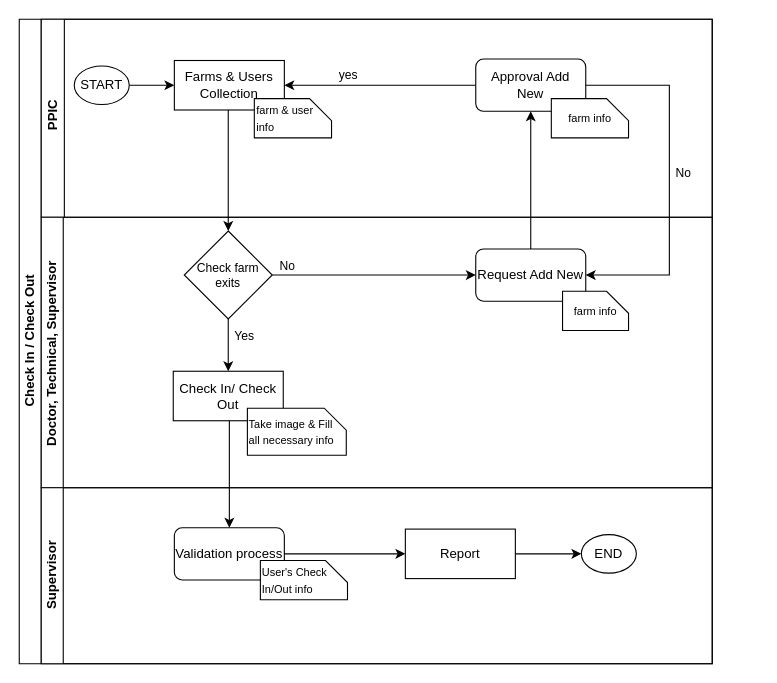
kieunam123/expo-project keeps this draw.io diagram as Untitled Diagram2.drawio. Above is the earlier version. Source tidied: cells renumbered, new cells numbered last; positions are measured from the earlier drawing's top-left corner, leaving out a move shared by most shapes. Both pictures are drawn from the tidied source at 110%, with x=0, y=0 at pixel (19, 19).
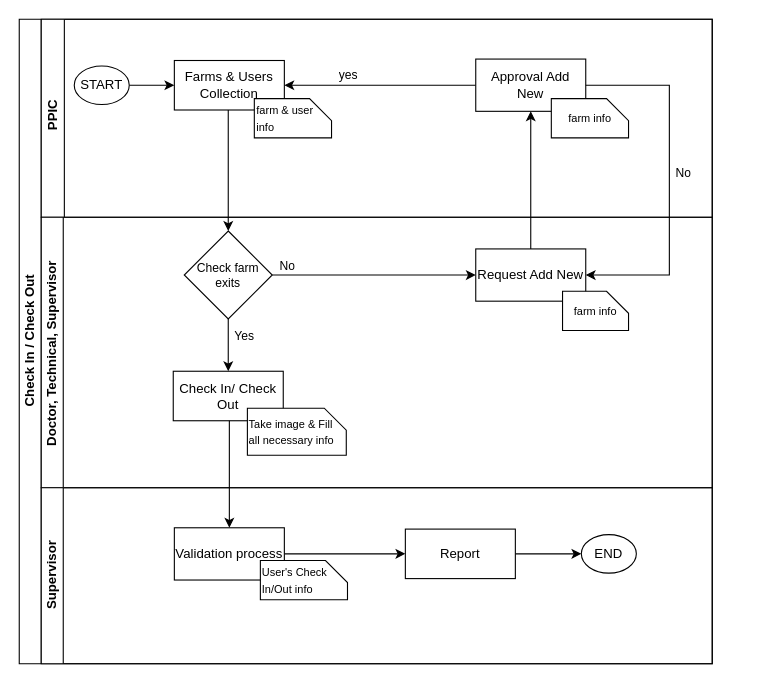
Above is the later version.

The change refers to these unchanged cells:
```xml
<mxCell id="3" value="&amp;nbsp;PPIC" style="swimlane;html=1;startSize=21;horizontal=0;" parent="2" vertex="1">
  <mxGeometry x="20" width="610" height="180" as="geometry" />
</mxCell>
<mxCell id="15" value="Doctor, Technical, Supervisor&amp;nbsp;" style="swimlane;html=1;startSize=20;horizontal=0;" parent="2" vertex="1">
  <mxGeometry x="20" y="180" width="610" height="245.9" as="geometry" />
</mxCell>
<mxCell id="25" value="Supervisor" style="swimlane;html=1;startSize=20;horizontal=0;" parent="2" vertex="1">
  <mxGeometry x="20" y="425.9" width="610" height="160" as="geometry" />
</mxCell>
```

The edit, as a diff of the source:
```diff
@@
-    <mxCell id="9" value="Approval Add New" style="rounded=1;whiteSpace=wrap;html=1;fontFamily=Helvetica;fontSize=12;fontColor=#000000;align=center;labelBorderColor=none;" parent="3" vertex="1">
+    <mxCell id="9" value="Approval Add New" style="rounded=0;whiteSpace=wrap;html=1;fontFamily=Helvetica;fontSize=12;fontColor=#000000;align=center;labelBorderColor=none;" parent="3" vertex="1">
       <mxGeometry x="395" y="36.2" width="100" height="47.5" as="geometry" />
     </mxCell>
@@
-    <mxCell id="21" value="Request Add New" style="rounded=1;whiteSpace=wrap;html=1;fontFamily=Helvetica;fontSize=12;fontColor=#000000;align=center;labelBorderColor=none;" parent="15" vertex="1">
+    <mxCell id="21" value="Request Add New" style="rounded=0;whiteSpace=wrap;html=1;fontFamily=Helvetica;fontSize=12;fontColor=#000000;align=center;labelBorderColor=none;" parent="15" vertex="1">
       <mxGeometry x="395" y="28.8" width="100" height="47.5" as="geometry" />
     </mxCell>
@@
-    <mxCell id="27" value="Validation process" style="rounded=1;whiteSpace=wrap;html=1;fontFamily=Helvetica;fontSize=12;fontColor=#000000;align=center;labelBorderColor=none;" parent="25" vertex="1">
+    <mxCell id="27" value="Validation process" style="rounded=0;whiteSpace=wrap;html=1;fontFamily=Helvetica;fontSize=12;fontColor=#000000;align=center;labelBorderColor=none;" parent="25" vertex="1">
       <mxGeometry x="121" y="36.4" width="100" height="47.5" as="geometry" />
     </mxCell>
```
